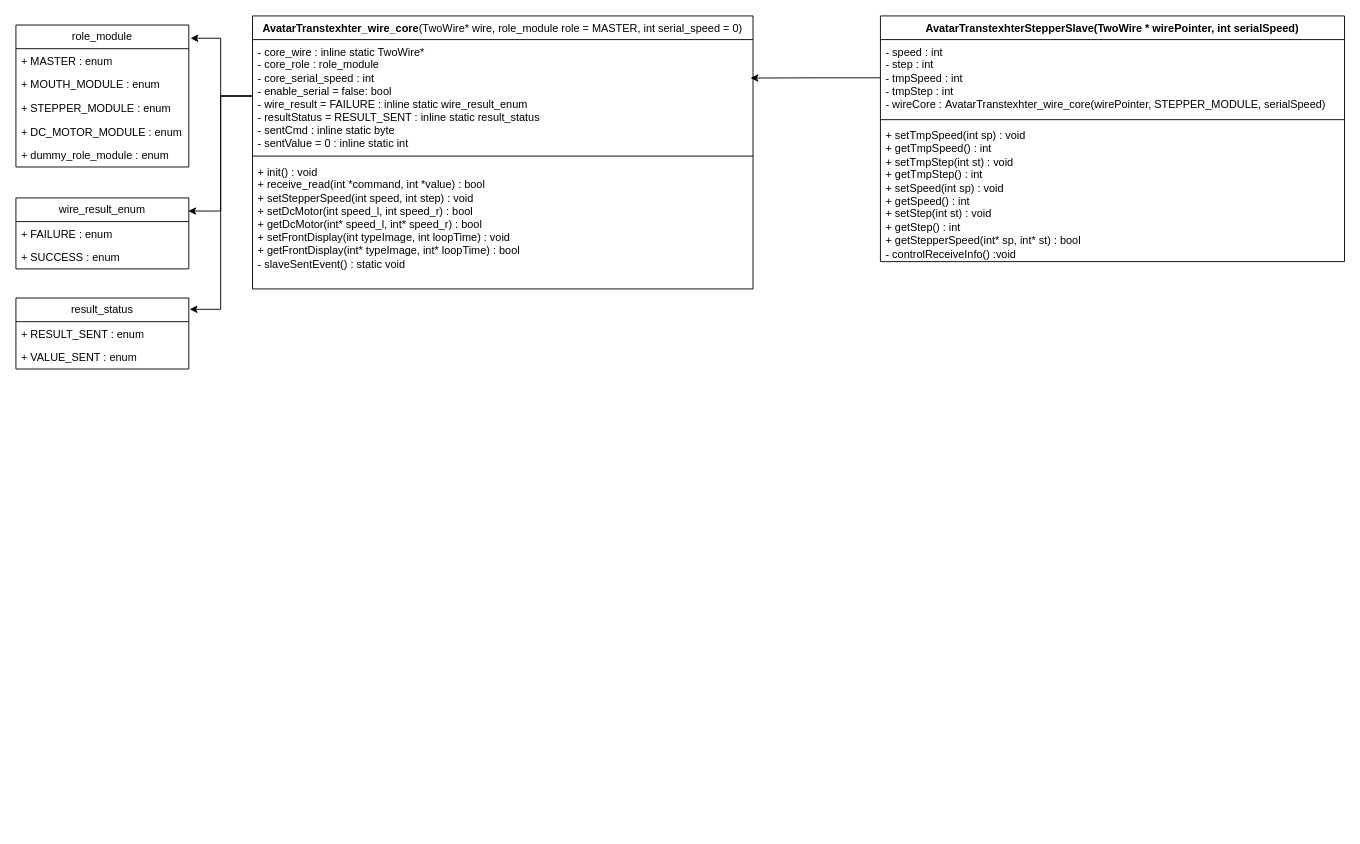
tremagiro/AvatarTranstexhter_wire_core keeps this draw.io diagram as page "クラス図" (1 of 9) of doc/AvatarTranstexhter_wire_core_sequence.drawio. Above is the earlier version. Source tidied: cells renumbered, new cells numbered last; positions are measured from the earlier drawing's top-left corner, leaving out a move shared by most shapes. Both pictures are drawn from the tidied source at 91%, with x=0, y=0 at pixel (15, 15).
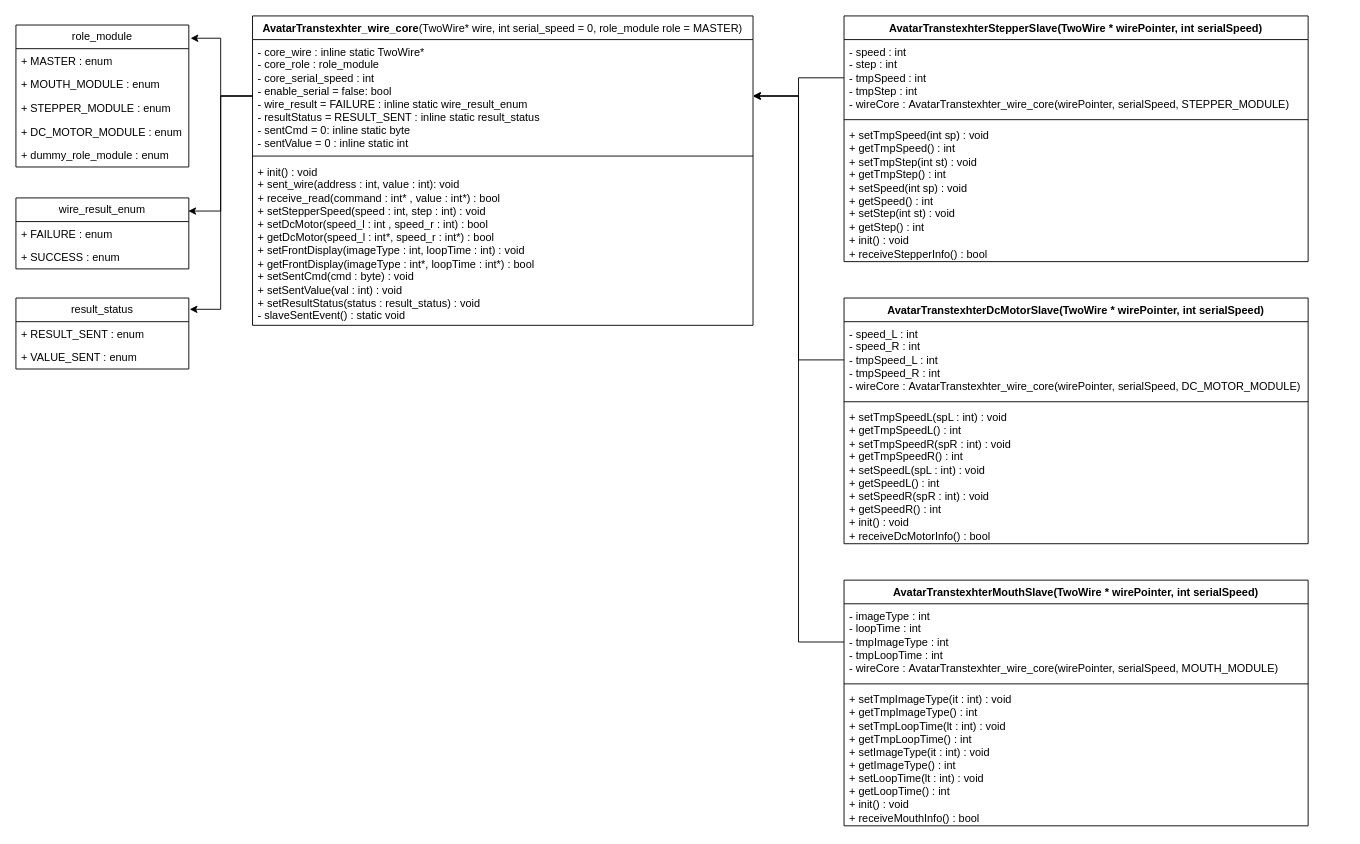
The same page after the edit.

The edit, as a diff of the source:
```diff
@@
-    <mxCell id="2" value="AvatarTranstexhter_wire_core&lt;span style=&quot;font-weight: 400; text-align: left;&quot;&gt;(TwoWire* wire, role_module role = MASTER, int serial_speed = 0)&lt;/span&gt;" style="swimlane;fontStyle=1;align=center;verticalAlign=top;horizontal=1;startSize=26;whiteSpace=wrap;html=1;" parent="1" vertex="1">
-      <mxGeometry x="260" width="550" height="300" as="geometry" />
+    <mxCell id="2" value="AvatarTranstexhter_wire_core&lt;span style=&quot;font-weight: 400; text-align: left;&quot;&gt;(TwoWire* wire, int serial_speed = 0,&amp;nbsp;&lt;/span&gt;&lt;span style=&quot;font-weight: 400; text-align: left;&quot;&gt;role_module role = MASTER&lt;/span&gt;&lt;span style=&quot;font-weight: 400; text-align: left;&quot;&gt;)&lt;/span&gt;" style="swimlane;fontStyle=1;align=center;verticalAlign=top;horizontal=1;startSize=26;whiteSpace=wrap;html=1;" parent="1" vertex="1">
+      <mxGeometry x="260" width="550" height="340" as="geometry" />
     </mxCell>
-    <mxCell id="3" value="- core_wire : inline static TwoWire*&lt;div&gt;- core_role : role_module&lt;/div&gt;&lt;div&gt;- core_serial_speed : int&lt;/div&gt;&lt;div&gt;- enable_serial = false: bool&lt;/div&gt;&lt;div&gt;- wire_result = FAILURE : inline static wire_result_enum&lt;/div&gt;&lt;div&gt;- resultStatus = RESULT_SENT : inline static result_status&lt;/div&gt;&lt;div&gt;- sentCmd : inline static byte&lt;/div&gt;&lt;div&gt;- sentValue = 0 : inline static int&lt;/div&gt;" style="text;strokeColor=none;fillColor=none;align=left;verticalAlign=top;spacingLeft=4;spacingRight=4;overflow=hidden;points=[[0,0.5],[1,0.5]];portConstraint=eastwest;whiteSpace=wrap;html=1;" parent="2" vertex="1">
+    <mxCell id="3" value="- core_wire : inline static TwoWire*&lt;div&gt;- core_role : role_module&lt;/div&gt;&lt;div&gt;- core_serial_speed : int&lt;/div&gt;&lt;div&gt;- enable_serial = false: bool&lt;/div&gt;&lt;div&gt;- wire_result = FAILURE : inline static wire_result_enum&lt;/div&gt;&lt;div&gt;- resultStatus = RESULT_SENT : inline static result_status&lt;/div&gt;&lt;div&gt;- sentCmd = 0: inline static byte&lt;/div&gt;&lt;div&gt;- sentValue = 0 : inline static int&lt;/div&gt;" style="text;strokeColor=none;fillColor=none;align=left;verticalAlign=top;spacingLeft=4;spacingRight=4;overflow=hidden;points=[[0,0.5],[1,0.5]];portConstraint=eastwest;whiteSpace=wrap;html=1;" parent="2" vertex="1">
       <mxGeometry y="26" width="550" height="124" as="geometry" />
     </mxCell>
@@
-    <mxCell id="5" value="&lt;div&gt;&lt;span style=&quot;background-color: transparent; color: light-dark(rgb(0, 0, 0), rgb(255, 255, 255));&quot;&gt;+ init() : void&lt;/span&gt;&lt;/div&gt;&lt;div&gt;+ receive_read(int *command, int *value) : bool&lt;/div&gt;&lt;div&gt;+ setStepperSpeed(int speed, int step) : void&lt;/div&gt;&lt;div&gt;+ setDcMotor(int speed_l, int speed_r) : bool&lt;/div&gt;&lt;div&gt;+ getDcMotor(int* speed_l, int* speed_r) : bool&lt;/div&gt;&lt;div&gt;+ setFrontDisplay(int typeImage, int loopTime) : void&lt;/div&gt;&lt;div&gt;+ getFrontDisplay(int* typeImage, int* loopTime) : bool&lt;/div&gt;-&amp;nbsp;&lt;span style=&quot;background-color: rgb(255, 255, 255); white-space: pre;&quot;&gt;&lt;font face=&quot;Helvetica&quot; style=&quot;color: rgb(0, 0, 0);&quot;&gt;slaveSentEvent&lt;/font&gt;&lt;/span&gt;&lt;span style=&quot;background-color: transparent; color: light-dark(rgb(0, 0, 0), rgb(255, 255, 255));&quot;&gt;() : static void&lt;/span&gt;" style="text;strokeColor=none;fillColor=none;align=left;verticalAlign=top;spacingLeft=4;spacingRight=4;overflow=hidden;whiteSpace=wrap;html=1;" parent="2" vertex="1">
-      <mxGeometry y="158" width="550" height="142" as="geometry" />
+    <mxCell id="5" value="&lt;div&gt;&lt;span style=&quot;background-color: transparent; color: light-dark(rgb(0, 0, 0), rgb(255, 255, 255));&quot;&gt;+ init() : void&lt;/span&gt;&lt;/div&gt;&lt;div&gt;&lt;span style=&quot;background-color: transparent; color: light-dark(rgb(0, 0, 0), rgb(255, 255, 255));&quot;&gt;+ sent_wire(address : int, value : int): void&lt;/span&gt;&lt;/div&gt;&lt;div&gt;+ receive_read(command : int* , value : int*) : bool&lt;/div&gt;&lt;div&gt;+ setStepperSpeed(speed : int, step : int) : void&lt;/div&gt;&lt;div&gt;+ setDcMotor(speed_l : int , speed_r : int) : bool&lt;/div&gt;&lt;div&gt;+ getDcMotor(speed_l : int*, speed_r : int*) : bool&lt;/div&gt;&lt;div&gt;+ setFrontDisplay(imageType : int, loopTime : int) : void&lt;/div&gt;&lt;div&gt;+ getFrontDisplay(imageType : int*, loopTime : int*) : bool&lt;/div&gt;&lt;div&gt;+ setSentCmd(cmd : byte) : void&lt;/div&gt;&lt;div&gt;+ setSentValue(val : int) : void&lt;/div&gt;&lt;div&gt;+ setResultStatus(status : result_status) : void&lt;/div&gt;-&amp;nbsp;&lt;span style=&quot;background-color: rgb(255, 255, 255); white-space: pre;&quot;&gt;&lt;font face=&quot;Helvetica&quot; style=&quot;color: rgb(0, 0, 0);&quot;&gt;slaveSentEvent&lt;/font&gt;&lt;/span&gt;&lt;span style=&quot;background-color: transparent; color: light-dark(rgb(0, 0, 0), rgb(255, 255, 255));&quot;&gt;() : static void&lt;/span&gt;" style="text;strokeColor=none;fillColor=none;align=left;verticalAlign=top;spacingLeft=4;spacingRight=4;overflow=hidden;whiteSpace=wrap;html=1;" parent="2" vertex="1">
+      <mxGeometry y="158" width="550" height="182" as="geometry" />
     </mxCell>
@@
     <mxCell id="21" value="AvatarTranstexhterStepperSlave(TwoWire * wirePointer, int serialSpeed)" style="swimlane;fontStyle=1;align=center;verticalAlign=top;horizontal=1;startSize=26;whiteSpace=wrap;html=1;" parent="1" vertex="1">
-      <mxGeometry x="950" width="510" height="270" as="geometry" />
+      <mxGeometry x="910" width="510" height="270" as="geometry" />
     </mxCell>
-    <mxCell id="22" value="- speed : int&lt;div&gt;- step : int&lt;/div&gt;&lt;div&gt;- tmpSpeed : int&lt;/div&gt;&lt;div&gt;- tmpStep : int&lt;/div&gt;&lt;div&gt;- wireCore :&amp;nbsp;&lt;span style=&quot;text-align: center; background-color: transparent; color: light-dark(rgb(0, 0, 0), rgb(255, 255, 255));&quot;&gt;AvatarTranstexhter_wire_core(wirePointer, STEPPER_MODULE, serialSpeed)&lt;/span&gt;&lt;/div&gt;" style="text;strokeColor=none;fillColor=none;align=left;verticalAlign=top;spacingLeft=4;spacingRight=4;overflow=hidden;points=[[0,0.5],[1,0.5]];portConstraint=eastwest;whiteSpace=wrap;html=1;" parent="21" vertex="1">
+    <mxCell id="22" value="- speed : int&lt;div&gt;- step : int&lt;/div&gt;&lt;div&gt;- tmpSpeed : int&lt;/div&gt;&lt;div&gt;- tmpStep : int&lt;/div&gt;&lt;div&gt;- wireCore :&amp;nbsp;&lt;span style=&quot;text-align: center; background-color: transparent; color: light-dark(rgb(0, 0, 0), rgb(255, 255, 255));&quot;&gt;AvatarTranstexhter_wire_core(wirePointer, serialSpeed,&amp;nbsp;&lt;/span&gt;&lt;span style=&quot;text-align: center; background-color: transparent; color: light-dark(rgb(0, 0, 0), rgb(255, 255, 255));&quot;&gt;STEPPER_MODULE&lt;/span&gt;&lt;span style=&quot;background-color: transparent; color: light-dark(rgb(0, 0, 0), rgb(255, 255, 255)); text-align: center;&quot;&gt;)&lt;/span&gt;&lt;/div&gt;" style="text;strokeColor=none;fillColor=none;align=left;verticalAlign=top;spacingLeft=4;spacingRight=4;overflow=hidden;points=[[0,0.5],[1,0.5]];portConstraint=eastwest;whiteSpace=wrap;html=1;" parent="21" vertex="1">
       <mxGeometry y="26" width="510" height="84" as="geometry" />
     </mxCell>
@@
-    <mxCell id="24" value="+ setTmpSpeed(int sp) : void&lt;div&gt;+ getTmpSpeed() : int&lt;/div&gt;&lt;div&gt;+ setTmpStep(int st) : void&lt;/div&gt;&lt;div&gt;+ getTmpStep() : int&lt;/div&gt;&lt;div&gt;+ setSpeed(int sp) : void&lt;div&gt;+ getSpeed() : int&lt;/div&gt;&lt;div&gt;+ setStep(int st) : void&lt;/div&gt;&lt;div&gt;+ getStep() : int&lt;/div&gt;&lt;/div&gt;&lt;div&gt;+ getStepperSpeed(int* sp, int* st) : bool&lt;/div&gt;&lt;div&gt;- controlReceiveInfo() :void&lt;/div&gt;" style="text;strokeColor=none;fillColor=none;align=left;verticalAlign=top;spacingLeft=4;spacingRight=4;overflow=hidden;whiteSpace=wrap;html=1;" parent="21" vertex="1">
+    <mxCell id="24" value="+ setTmpSpeed(int sp) : void&lt;div&gt;+ getTmpSpeed() : int&lt;/div&gt;&lt;div&gt;+ setTmpStep(int st) : void&lt;/div&gt;&lt;div&gt;+ getTmpStep() : int&lt;/div&gt;&lt;div&gt;+ setSpeed(int sp) : void&lt;div&gt;+ getSpeed() : int&lt;/div&gt;&lt;div&gt;+ setStep(int st) : void&lt;/div&gt;&lt;div&gt;+ getStep() : int&lt;/div&gt;&lt;/div&gt;&lt;div&gt;+ init() : void&lt;br&gt;&lt;/div&gt;&lt;div&gt;+ receiveStepperInfo() : bool&lt;/div&gt;" style="text;strokeColor=none;fillColor=none;align=left;verticalAlign=top;spacingLeft=4;spacingRight=4;overflow=hidden;whiteSpace=wrap;html=1;" parent="21" vertex="1">
       <mxGeometry y="118" width="510" height="152" as="geometry" />
     </mxCell>
-    <mxCell id="25" style="edgeStyle=orthogonalEdgeStyle;rounded=0;jettySize=auto;html=1;exitX=0;exitY=0.5;exitDx=0;exitDy=0;entryX=0.995;entryY=0.341;entryDx=0;entryDy=0;entryPerimeter=0;" parent="1" edge="1" source="22" target="3">
+    <mxCell id="25" style="edgeStyle=orthogonalEdgeStyle;rounded=0;jettySize=auto;html=1;exitX=0;exitY=0.5;exitDx=0;exitDy=0;entryX=1;entryY=0.5;entryDx=0;entryDy=0;" parent="1" edge="1" source="22" target="3">
       <mxGeometry relative="1" as="geometry" />
     </mxCell>
+    <mxCell id="26" value="AvatarTranstexhterDcMotorSlave(TwoWire * wirePointer, int serialSpeed)" style="swimlane;fontStyle=1;align=center;verticalAlign=top;horizontal=1;startSize=26;whiteSpace=wrap;html=1;" parent="1" vertex="1">
+      <mxGeometry x="910" y="310" width="510" height="270" as="geometry" />
+    </mxCell>
+    <mxCell id="27" value="- speed_L : int&lt;div&gt;- speed_R : int&lt;/div&gt;&lt;div&gt;- tmpSpeed_L : int&lt;/div&gt;&lt;div&gt;- tmpSpeed_R : int&lt;/div&gt;&lt;div&gt;- wireCore :&amp;nbsp;&lt;span style=&quot;text-align: center; background-color: transparent; color: light-dark(rgb(0, 0, 0), rgb(255, 255, 255));&quot;&gt;AvatarTranstexhter_wire_core(wirePointer, serialSpeed,&amp;nbsp;&lt;/span&gt;&lt;span style=&quot;text-align: center; background-color: transparent; color: light-dark(rgb(0, 0, 0), rgb(255, 255, 255));&quot;&gt;DC_MOTOR_MODULE&lt;/span&gt;&lt;span style=&quot;background-color: transparent; color: light-dark(rgb(0, 0, 0), rgb(255, 255, 255)); text-align: center;&quot;&gt;)&lt;/span&gt;&lt;/div&gt;" style="text;strokeColor=none;fillColor=none;align=left;verticalAlign=top;spacingLeft=4;spacingRight=4;overflow=hidden;points=[[0,0.5],[1,0.5]];portConstraint=eastwest;whiteSpace=wrap;html=1;" parent="26" vertex="1">
+      <mxGeometry y="26" width="510" height="84" as="geometry" />
+    </mxCell>
+    <mxCell id="28" style="line;strokeWidth=1;fillColor=none;align=left;verticalAlign=middle;spacingTop=-1;spacingLeft=3;spacingRight=3;labelPosition=right;strokeColor=inherit;" parent="26" vertex="1">
+      <mxGeometry y="110" width="510" height="8" as="geometry" />
+    </mxCell>
+    <mxCell id="29" value="+ setTmpSpeedL(spL : int) : void&lt;div&gt;+ getTmpSpeedL() : int&lt;/div&gt;&lt;div&gt;+ setTmpSpeedR(spR : int) : void&lt;/div&gt;&lt;div&gt;+ getTmpSpeedR() : int&lt;/div&gt;&lt;div&gt;+ setSpeedL(spL : int) : void&lt;div&gt;+ getSpeedL() : int&lt;/div&gt;&lt;div&gt;+ setSpeedR(spR : int) : void&lt;/div&gt;&lt;div&gt;+ getSpeedR() : int&lt;/div&gt;&lt;/div&gt;&lt;div&gt;+ init() : void&lt;br&gt;&lt;/div&gt;&lt;div&gt;+ receiveDcMotorInfo() : bool&lt;/div&gt;" style="text;strokeColor=none;fillColor=none;align=left;verticalAlign=top;spacingLeft=4;spacingRight=4;overflow=hidden;whiteSpace=wrap;html=1;" parent="26" vertex="1">
+      <mxGeometry y="118" width="510" height="152" as="geometry" />
+    </mxCell>
+    <mxCell id="30" style="edgeStyle=orthogonalEdgeStyle;rounded=0;jettySize=auto;html=1;exitX=0;exitY=0.5;exitDx=0;exitDy=0;entryX=1;entryY=0.5;entryDx=0;entryDy=0;" parent="1" edge="1" source="27" target="3">
+      <mxGeometry relative="1" as="geometry" />
+    </mxCell>
+    <mxCell id="31" value="AvatarTranstexhterMouthSlave(TwoWire * wirePointer, int serialSpeed)" style="swimlane;fontStyle=1;align=center;verticalAlign=top;horizontal=1;startSize=26;whiteSpace=wrap;html=1;" parent="1" vertex="1">
+      <mxGeometry x="910" y="620" width="510" height="270" as="geometry" />
+    </mxCell>
+    <mxCell id="32" value="- imageType : int&lt;div&gt;- loopTime : int&lt;/div&gt;&lt;div&gt;- tmpImageType : int&lt;/div&gt;&lt;div&gt;- tmpLoopTime : int&lt;/div&gt;&lt;div&gt;- wireCore :&amp;nbsp;&lt;span style=&quot;text-align: center; background-color: transparent; color: light-dark(rgb(0, 0, 0), rgb(255, 255, 255));&quot;&gt;AvatarTranstexhter_wire_core(wirePointer, serialSpeed,&amp;nbsp;&lt;/span&gt;&lt;span style=&quot;text-align: center; background-color: transparent; color: light-dark(rgb(0, 0, 0), rgb(255, 255, 255));&quot;&gt;MOUTH_MODULE&lt;/span&gt;&lt;span style=&quot;background-color: transparent; color: light-dark(rgb(0, 0, 0), rgb(255, 255, 255)); text-align: center;&quot;&gt;)&lt;/span&gt;&lt;/div&gt;" style="text;strokeColor=none;fillColor=none;align=left;verticalAlign=top;spacingLeft=4;spacingRight=4;overflow=hidden;points=[[0,0.5],[1,0.5]];portConstraint=eastwest;whiteSpace=wrap;html=1;" parent="31" vertex="1">
+      <mxGeometry y="26" width="510" height="84" as="geometry" />
+    </mxCell>
+    <mxCell id="33" style="line;strokeWidth=1;fillColor=none;align=left;verticalAlign=middle;spacingTop=-1;spacingLeft=3;spacingRight=3;labelPosition=right;strokeColor=inherit;" parent="31" vertex="1">
+      <mxGeometry y="110" width="510" height="8" as="geometry" />
+    </mxCell>
+    <mxCell id="34" value="+ setTmpImageType(it : int) : void&lt;div&gt;+ getTmpImageType() : int&lt;/div&gt;&lt;div&gt;+ setTmpLoopTime(lt : int) : void&lt;/div&gt;&lt;div&gt;+ getTmpLoopTime() : int&lt;/div&gt;&lt;div&gt;+ setImageType(it : int) : void&lt;div&gt;+ getImageType() : int&lt;/div&gt;&lt;div&gt;+ setLoopTime(lt : int) : void&lt;/div&gt;&lt;div&gt;+ getLoopTime() : int&lt;/div&gt;&lt;/div&gt;&lt;div&gt;+ init() : void&lt;br&gt;&lt;/div&gt;&lt;div&gt;+ receiveMouthInfo() : bool&lt;/div&gt;" style="text;strokeColor=none;fillColor=none;align=left;verticalAlign=top;spacingLeft=4;spacingRight=4;overflow=hidden;whiteSpace=wrap;html=1;" parent="31" vertex="1">
+      <mxGeometry y="118" width="510" height="152" as="geometry" />
+    </mxCell>
+    <mxCell id="35" style="edgeStyle=orthogonalEdgeStyle;rounded=0;jettySize=auto;html=1;exitX=0;exitY=0.5;exitDx=0;exitDy=0;entryX=1;entryY=0.5;entryDx=0;entryDy=0;" parent="1" edge="1" source="32" target="3">
+      <mxGeometry relative="1" as="geometry" />
+    </mxCell>
```
